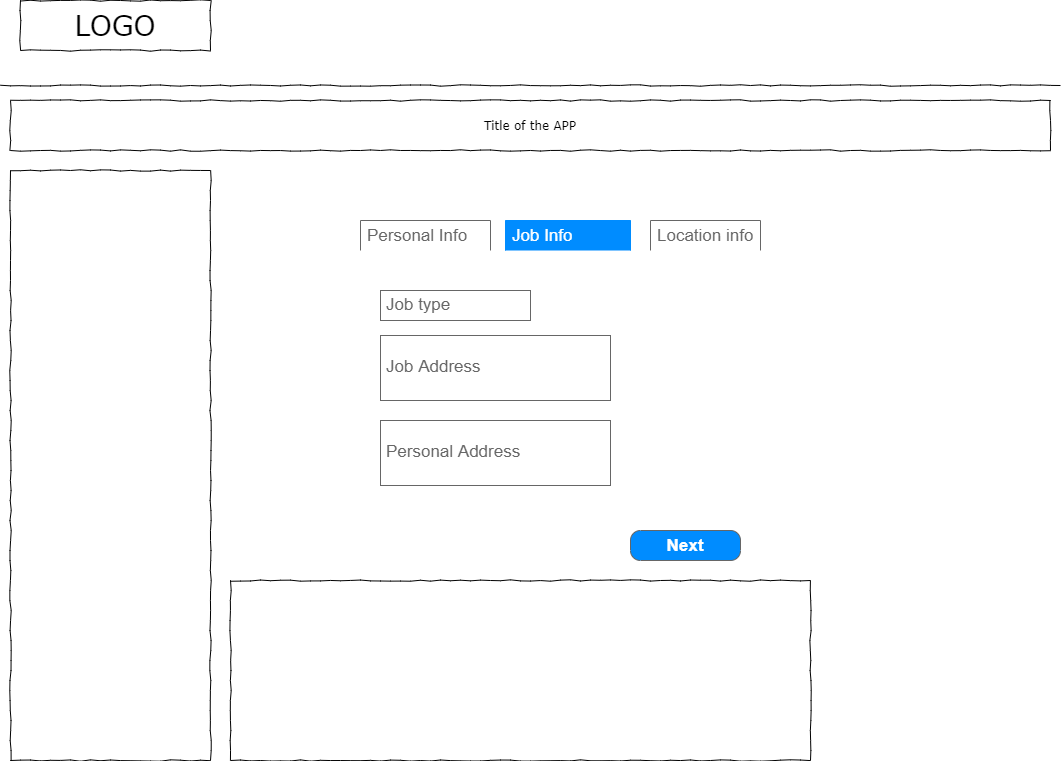
incepter/Tayssir keeps this draw.io diagram as resources/wireframes/userRequestor/picture/UserRequestorForm2.png. Above is the earlier version. Source tidied: cells renumbered, new cells last; positions are measured from the earlier drawing's top-left corner, leaving out a move shared by most shapes.
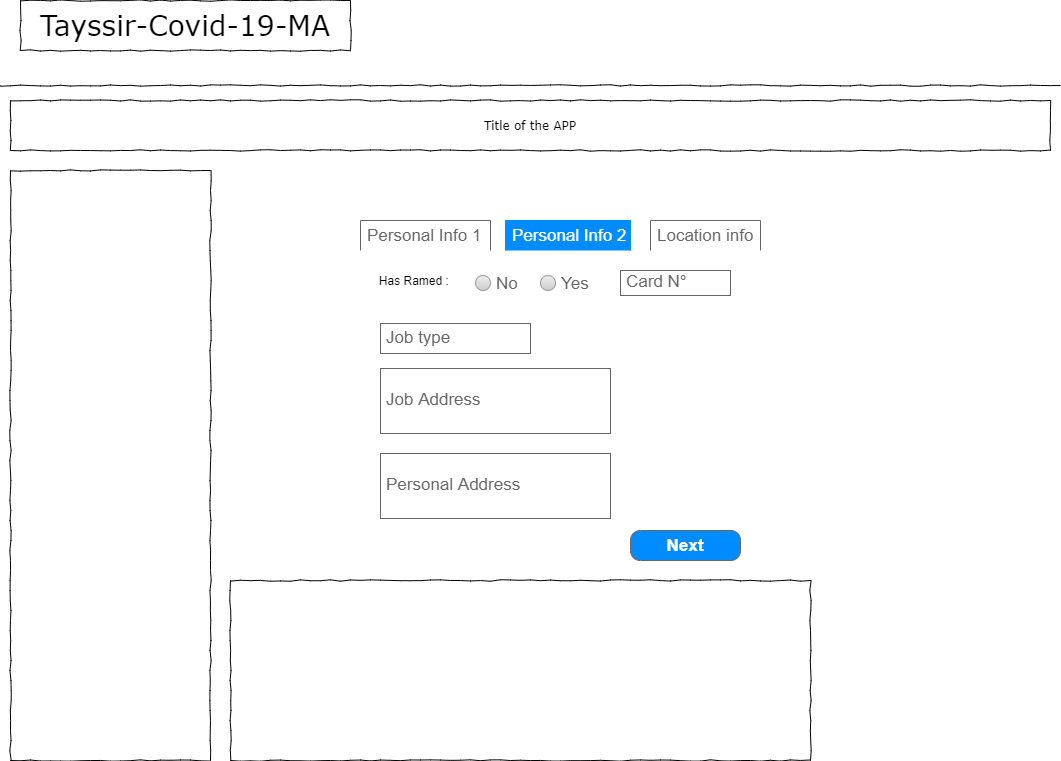
After the change.

Commit message:
[YMI][Tayssir] : Create JS examples and TS models for data to be used #4 -Add Ramed and Family status information

The edit, as a diff of the source:
```diff
@@ -2,9 +2,6 @@
   <root>
     <mxCell id="0" />
     <mxCell id="1" parent="0" />
-    <mxCell id="2" value="LOGO" style="whiteSpace=wrap;html=1;rounded=0;shadow=0;labelBackgroundColor=none;strokeWidth=1;fontFamily=Verdana;fontSize=28;align=center;comic=1;" parent="1" vertex="1">
-      <mxGeometry x="20" width="190" height="50" as="geometry" />
-    </mxCell>
     <mxCell id="3" style="whiteSpace=wrap;html=1;rounded=0;shadow=0;labelBackgroundColor=none;strokeWidth=1;fillColor=none;fontFamily=Verdana;fontSize=12;align=center;comic=1;" parent="1" vertex="1">
       <mxGeometry x="10" y="170" width="200" height="590" as="geometry" />
     </mxCell>
@@ -17,26 +14,44 @@
     <mxCell id="6" value="&lt;div style=&quot;text-align: justify&quot;&gt;&lt;br&gt;&lt;/div&gt;" style="whiteSpace=wrap;html=1;rounded=0;shadow=0;labelBackgroundColor=none;strokeWidth=1;fillColor=none;fontFamily=Verdana;fontSize=12;align=center;verticalAlign=top;spacing=10;comic=1;" parent="1" vertex="1">
       <mxGeometry x="230" y="580" width="580" height="180" as="geometry" />
     </mxCell>
-    <mxCell id="7" value="Job Info" style="strokeWidth=1;shadow=0;dashed=0;align=center;html=1;shape=mxgraph.mockup.forms.uRect;fontSize=17;fontColor=#ffffff;align=left;spacingLeft=5;strokeColor=#008cff;fillColor=#008cff;" parent="1" vertex="1">
+    <mxCell id="7" value="Personal Info 2" style="strokeWidth=1;shadow=0;dashed=0;align=center;html=1;shape=mxgraph.mockup.forms.uRect;fontSize=17;fontColor=#ffffff;align=left;spacingLeft=5;strokeColor=#008cff;fillColor=#008cff;" parent="1" vertex="1">
       <mxGeometry x="505" y="220" width="125" height="30" as="geometry" />
     </mxCell>
     <mxCell id="8" value="Location info" style="strokeWidth=1;shadow=0;dashed=0;align=center;html=1;shape=mxgraph.mockup.forms.uRect;fontSize=17;fontColor=#666666;align=left;spacingLeft=5;strokeColor=#666666;" parent="1" vertex="1">
       <mxGeometry x="650" y="220" width="110" height="30" as="geometry" />
     </mxCell>
-    <mxCell id="9" value="Personal Info" style="strokeWidth=1;shadow=0;dashed=0;align=center;html=1;shape=mxgraph.mockup.forms.uRect;fontSize=17;fontColor=#666666;align=left;spacingLeft=5;strokeColor=#666666;" parent="1" vertex="1">
+    <mxCell id="9" value="Personal Info 1" style="strokeWidth=1;shadow=0;dashed=0;align=center;html=1;shape=mxgraph.mockup.forms.uRect;fontSize=17;fontColor=#666666;align=left;spacingLeft=5;strokeColor=#666666;" parent="1" vertex="1">
       <mxGeometry x="360" y="220" width="130" height="30" as="geometry" />
     </mxCell>
     <mxCell id="10" value="Job type" style="strokeWidth=1;shadow=0;dashed=0;align=center;html=1;shape=mxgraph.mockup.text.textBox;fontColor=#666666;align=left;fontSize=17;spacingLeft=4;spacingTop=-3;strokeColor=#666666;mainText=;" parent="1" vertex="1">
-      <mxGeometry x="380" y="290" width="150" height="30" as="geometry" />
+      <mxGeometry x="380" y="323" width="150" height="30" as="geometry" />
     </mxCell>
     <mxCell id="11" value="Job Address" style="strokeWidth=1;shadow=0;dashed=0;align=center;html=1;shape=mxgraph.mockup.text.textBox;fontColor=#666666;align=left;fontSize=17;spacingLeft=4;spacingTop=-3;strokeColor=#666666;mainText=;" parent="1" vertex="1">
-      <mxGeometry x="380" y="335" width="230" height="65" as="geometry" />
+      <mxGeometry x="380" y="368" width="230" height="65" as="geometry" />
     </mxCell>
     <mxCell id="12" value="Next" style="strokeWidth=1;shadow=0;dashed=0;align=center;html=1;shape=mxgraph.mockup.buttons.button;strokeColor=#666666;fontColor=#ffffff;mainText=;buttonStyle=round;fontSize=17;fontStyle=1;fillColor=#008cff;whiteSpace=wrap;" parent="1" vertex="1">
       <mxGeometry x="630" y="530" width="110" height="30" as="geometry" />
     </mxCell>
     <mxCell id="13" value="Personal Address" style="strokeWidth=1;shadow=0;dashed=0;align=center;html=1;shape=mxgraph.mockup.text.textBox;fontColor=#666666;align=left;fontSize=17;spacingLeft=4;spacingTop=-3;strokeColor=#666666;mainText=;" parent="1" vertex="1">
-      <mxGeometry x="380" y="420" width="230" height="65" as="geometry" />
+      <mxGeometry x="380" y="453" width="230" height="65" as="geometry" />
     </mxCell>
+    <mxCell id="14" value="Tayssir-Covid-19-MA" style="whiteSpace=wrap;html=1;rounded=0;shadow=0;labelBackgroundColor=none;strokeWidth=1;fontFamily=Verdana;fontSize=28;align=center;comic=1;" parent="1" vertex="1">
+      <mxGeometry x="20" width="330" height="50" as="geometry" />
+    </mxCell>
+    <mxCell id="15" value="Has Ramed :&amp;nbsp;" style="text;html=1;align=center;verticalAlign=middle;" parent="1" vertex="1">
+      <mxGeometry x="370" y="270" width="90" height="20" as="geometry" />
+    </mxCell>
+    <mxCell id="16" value="Yes" style="shape=ellipse;fillColor=#eeeeee;strokeColor=#999999;gradientColor=#cccccc;html=1;align=left;spacingLeft=4;fontSize=17;fontColor=#666666;labelPosition=right;shadow=0;" parent="1" vertex="1">
+      <mxGeometry x="540" y="275" width="15" height="15" as="geometry" />
+    </mxCell>
+    <mxCell id="17" value="No" style="shape=ellipse;fillColor=#eeeeee;strokeColor=#999999;gradientColor=#cccccc;html=1;align=left;spacingLeft=4;fontSize=17;fontColor=#666666;labelPosition=right;shadow=0;" parent="1" vertex="1">
+      <mxGeometry x="475" y="275" width="15" height="15" as="geometry" />
+    </mxCell>
+    <mxCell id="18" style="edgeStyle=orthogonalEdgeStyle;rounded=0;orthogonalLoop=1;jettySize=auto;html=1;exitX=0.5;exitY=1;exitDx=0;exitDy=0;" parent="1" edge="1" source="16" target="16">
+      <mxGeometry relative="1" as="geometry" />
+    </mxCell>
+    <mxCell id="19" value="Card N°" style="strokeWidth=1;shadow=0;dashed=0;align=center;html=1;shape=mxgraph.mockup.text.textBox;fontColor=#666666;align=left;fontSize=17;spacingLeft=4;spacingTop=-3;strokeColor=#666666;mainText=;" parent="1" vertex="1">
+      <mxGeometry x="620" y="270" width="110" height="25" as="geometry" />
+    </mxCell>
   </root>
 </mxGraphModel>
```
